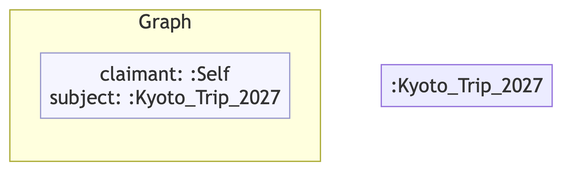
Above: example/graphs/images/graph-69.png in MeeFoundation/mia-ontologies (Mermaid), before the change. Its source is kept beside it as example/graphs/images/graph-69.mmd. The source it was exported from:
```mermaid
flowchart TD
    classDef person fill:#fffacd,stroke:#aaa,color:#333
    classDef org    fill:#cce5ff,stroke:#aaa,color:#333
    classDef lit    fill:none,stroke:none,font-style:italic,color:#2a7a2a
    classDef meta   fill:#f5f5ff,stroke:#9999cc,color:#333

    subgraph ctx["Graph"]
        direction LR
        ctx_meta["claimant: :Self\nsubject: :Kyoto_Trip_2027"]:::meta
    end

    nd86bc17c484e[":Kyoto_Trip_2027"]
```
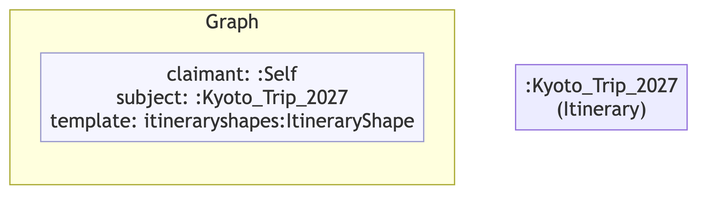
Above is the later version.

The edit, as a diff of the source:
```diff
@@ -6,7 +6,7 @@
 
     subgraph ctx["Graph"]
         direction LR
-        ctx_meta["claimant: :Self\nsubject: :Kyoto_Trip_2027"]:::meta
+        ctx_meta["claimant: :Self\nsubject: :Kyoto_Trip_2027\ntemplate: itineraryshapes:ItineraryShape"]:::meta
     end
 
-    nd86bc17c484e[":Kyoto_Trip_2027"]
+    nd86bc17c484e[":Kyoto_Trip_2027\n(Itinerary)"]
```
